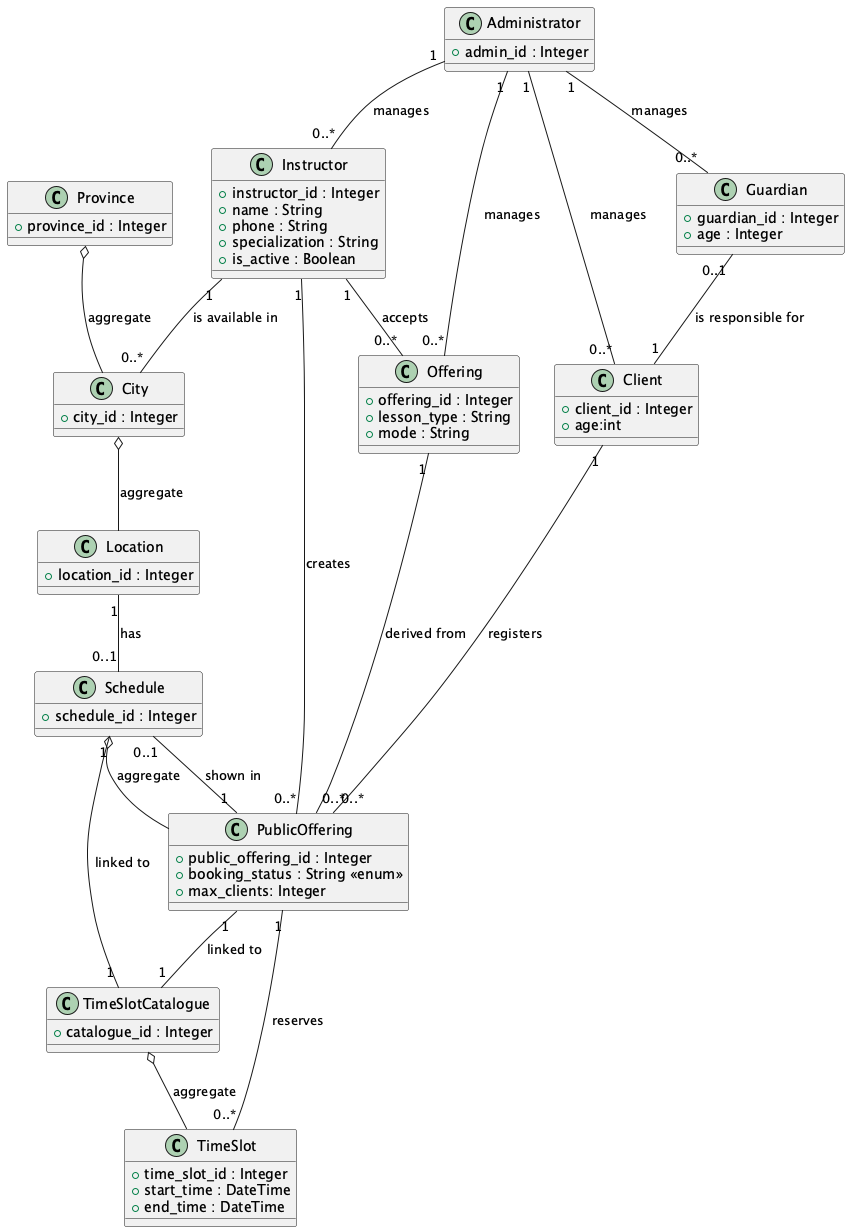
The PlantUML diagram UML-Diagrams/Class-Diagram.png in vibqetowi/soen-342-project, before a commit.
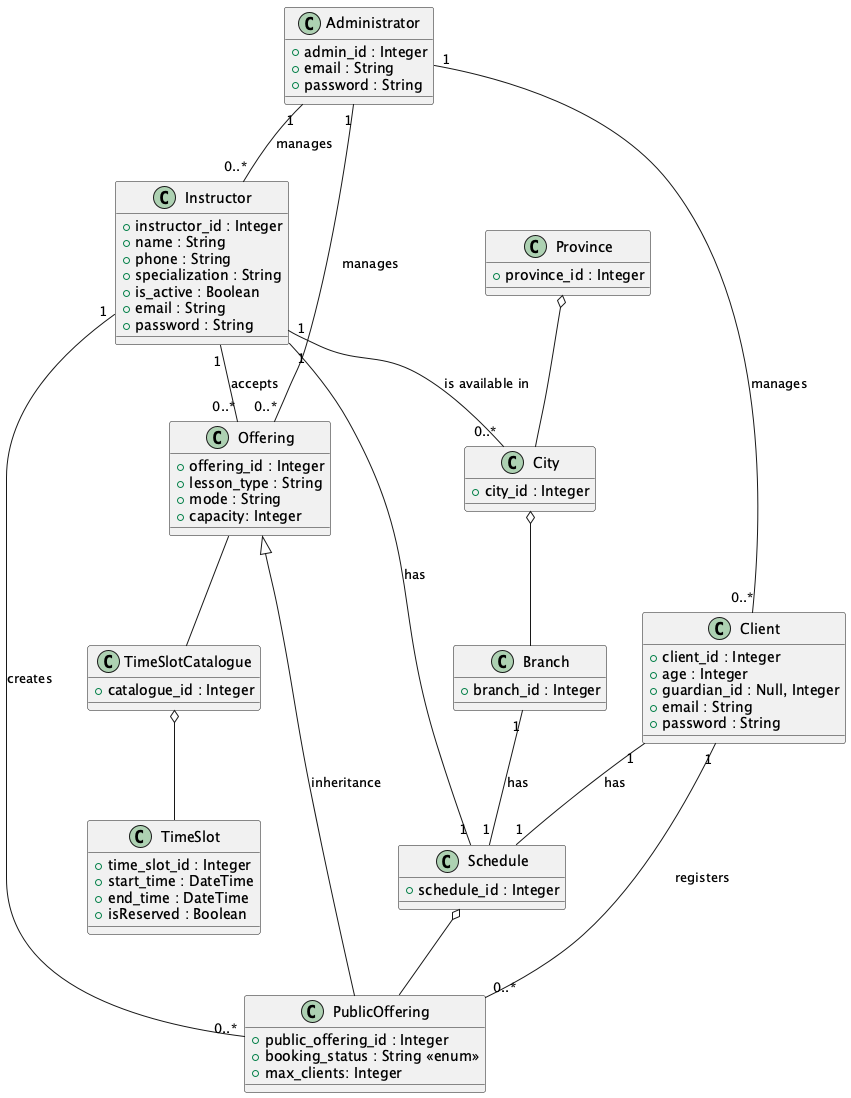
The same diagram one commit later.

The edit, as a diff of the source:
```diff
@@ -8,8 +8,8 @@
     +city_id : Integer
 }
 
-class Location {
-    +location_id : Integer
+class Branch {
+    +branch_id : Integer
 }
 
 class Schedule {
@@ -20,6 +20,7 @@
     +time_slot_id : Integer
     +start_time : DateTime
     +end_time : DateTime
+    +isReserved : Boolean
 }
 
 class TimeSlotCatalogue {
@@ -32,12 +33,15 @@
     +phone : String
     +specialization : String
     +is_active : Boolean
+    +email : String
+    +password : String
 }
 
 class Offering {
     +offering_id : Integer
     +lesson_type : String
     +mode : String
+    +capacity: Integer
 }
 
 class PublicOffering {
@@ -48,38 +52,35 @@
 
 class Client {
     +client_id : Integer
-    +age:int
-}
-
-class Guardian{
-    +guardian_id : Integer
     +age : Integer
+    +guardian_id : Null, Integer
+    +email : String
+    +password : String
 }
 
 class Administrator {
     +admin_id : Integer
+    +email : String
+    +password : String
 }
 
-Province o-- City : aggregate
-City o-- Location : aggregate
-Schedule o-- PublicOffering : aggregate
-TimeSlotCatalogue o-- TimeSlot : aggregate
+Province o-- City
+City o-- Branch
+Schedule o-- PublicOffering
+TimeSlotCatalogue o-- TimeSlot
 
 Instructor "1" -- "0..*" City : is available in
-Location "1" -- "0..1" Schedule : has
-PublicOffering "1" -- "0..*" TimeSlot : reserves
 Instructor "1" -- "0..*" Offering : accepts
 Instructor "1" -- "0..*" PublicOffering : creates
-Offering "1" -- "0..*" PublicOffering : derived from
 Client "1" -- "0..*" PublicOffering : registers
-PublicOffering "1" -- "0..1" Schedule : shown in
-Guardian "0..1" -- "1" Client : is responsible for
 Administrator "1" -- "0..*" Offering : manages
 Administrator "1" -- "0..*" Instructor : manages
 Administrator "1" -- "0..*" Client : manages
-Administrator "1" -- "0..*" Guardian : manages
+Offering  -- TimeSlotCatalogue
+Instructor "1" -- "1" Schedule : has
+Client "1" -- "1" Schedule : has
+Branch "1" -- "1" Schedule : has
 
-Schedule "1" -- "1" TimeSlotCatalogue : linked to
-PublicOffering "1" -- "1" TimeSlotCatalogue : linked to
+Offering <|-- PublicOffering : inheritance
 
 @enduml
```
